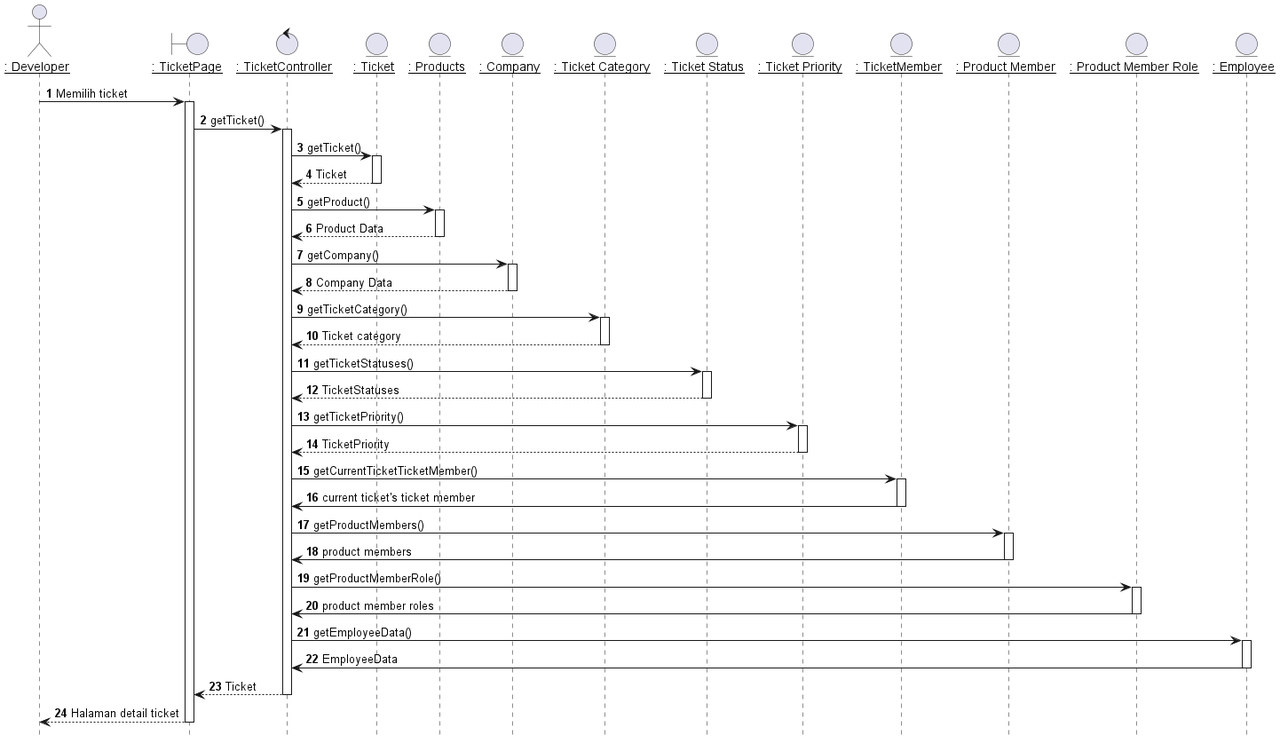
Before: out/plantuml/sequence/idev/idev3/Melihat Detail Ticket.png, a diagram exported from PlantUML (TAS-PKL/Laporan-PKL-Ticketing).
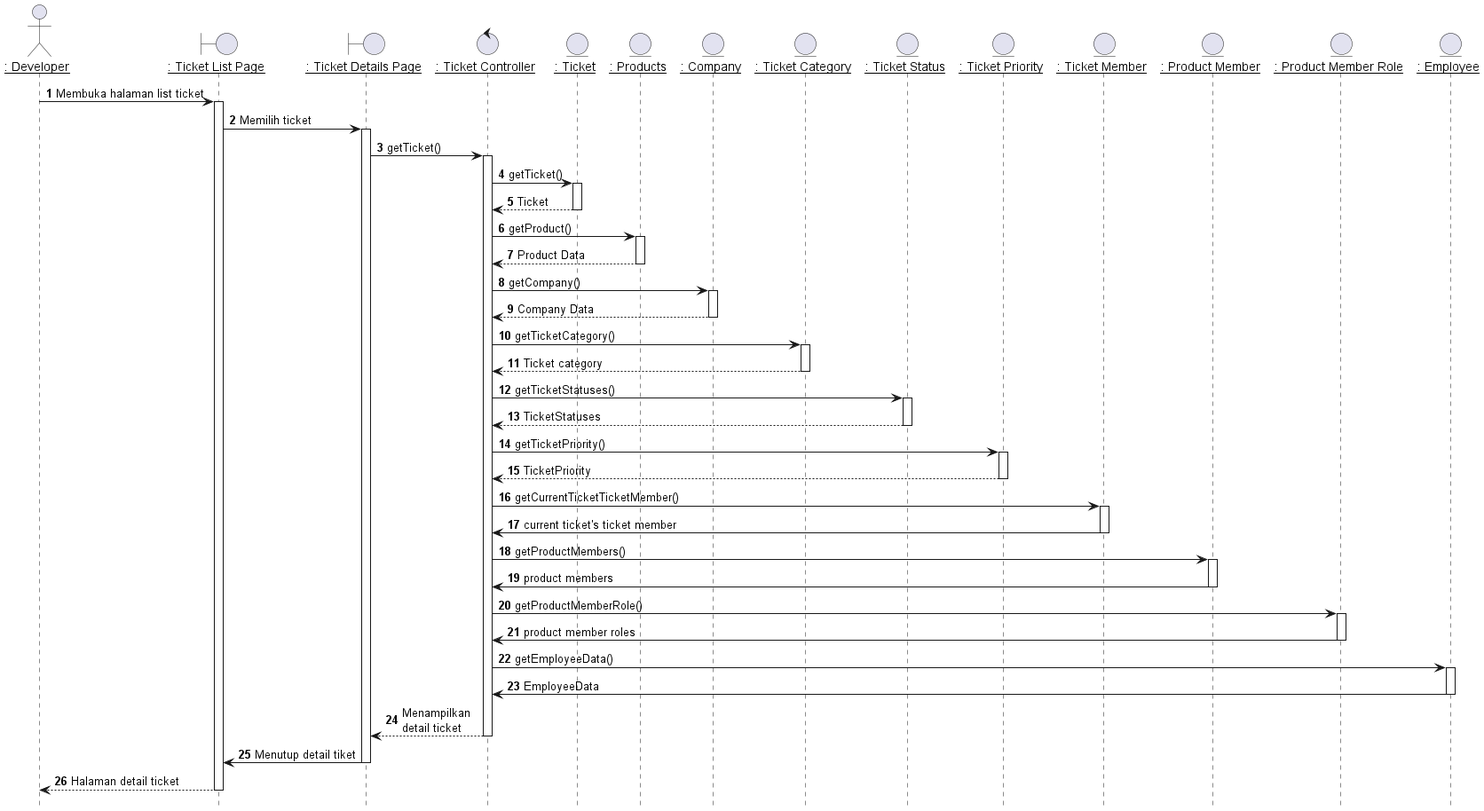
After the change.

Diff of the diagram source:
```diff
@@ -2,26 +2,29 @@
 
 hide footbox
 
-actor DEV as "__: Developer__"
-boundary TicketPage as "__: TicketPage__"
-control TicketController as "__: TicketController__"
+actor IPM as "__: Developer__"
+boundary TicketListPage as "__: Ticket List Page__"
+boundary TicketDetailsPage as "__: Ticket Details Page__"
+control TicketController as "__: Ticket Controller__"
 entity Ticket as "__: Ticket__"
 entity Product as "__: Products__"
 entity Company as "__: Company__"
 entity TicketCategory as "__: Ticket Category__"
 entity TicketStatuses as "__: Ticket Status__"
 entity TicketPriority as "__: Ticket Priority__"
-entity TicketMember as "__: TicketMember__"
+entity TicketMember as "__: Ticket Member__"
 entity ProductMembers as "__: Product Member__"
 entity ProductMemberRoles as "__: Product Member Role__"
 entity Employees as "__: Employee__"
 
 autonumber 1
-DEV -> TicketPage: Memilih ticket
-activate TicketPage
+IPM -> TicketListPage: Membuka halaman list ticket
+activate TicketListPage
 
+TicketListPage -> TicketDetailsPage: Memilih ticket
+activate TicketDetailsPage
 
-TicketPage -> TicketController: getTicket()
+TicketDetailsPage -> TicketController: getTicket()
 activate TicketController
 
 TicketController -> Ticket: getTicket()
@@ -84,11 +87,14 @@
 Employees -> TicketController: EmployeeData
 deactivate Employees
 
-TicketController --> TicketPage : Ticket
+TicketController --> TicketDetailsPage : Menampilkan\ndetail ticket
 deactivate TicketController
 
-TicketPage --> DEV : Halaman detail ticket
-deactivate TicketPage
+TicketDetailsPage -> TicketListPage : Menutup detail tiket
+deactivate TicketDetailsPage
+
+TicketListPage --> IPM : Halaman detail ticket
+deactivate TicketListPage
 
 
 @enduml
```
